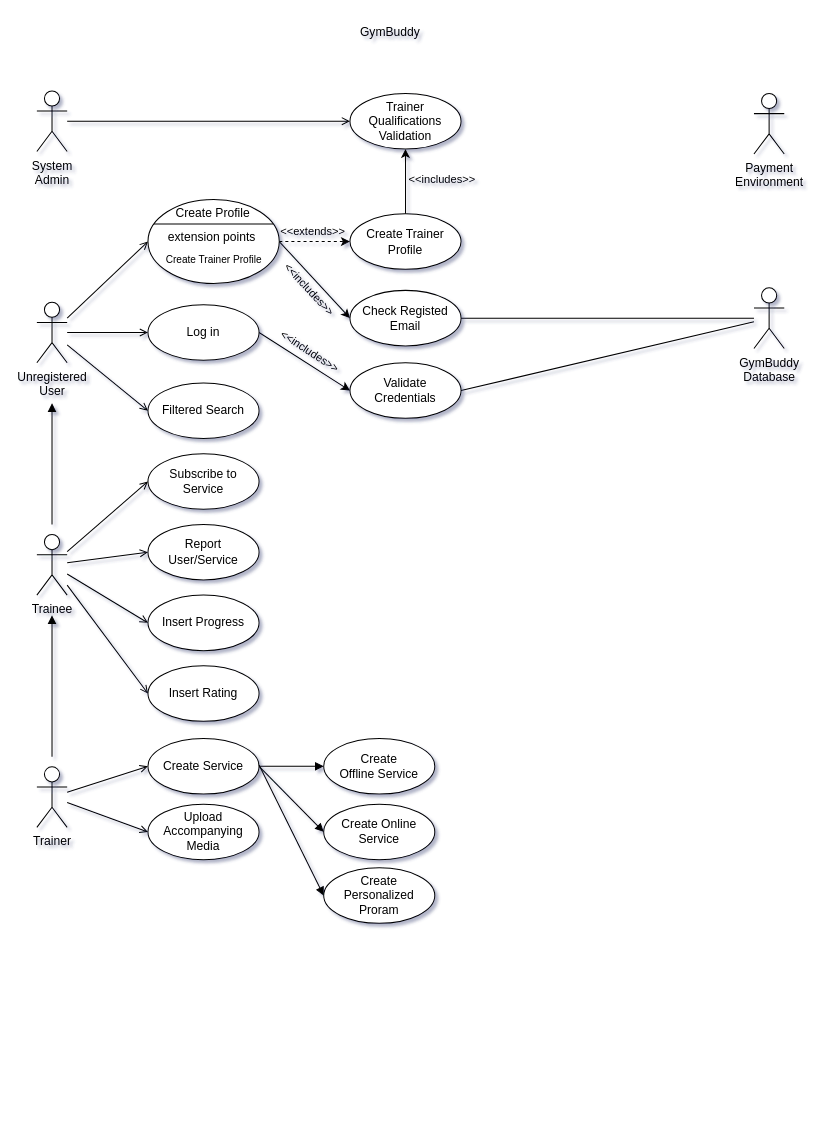
The draw.io diagram documentation/src/use-case-diagram.drawio in thanspil/GymBuddy, before the edit. Source tidied: cells renumbered, new cells numbered last; positions are measured from the earlier drawing's top-left corner, leaving out a move shared by most shapes. Both pictures are drawn from the tidied source at 101%, with x=0, y=0 at pixel (36, 17).
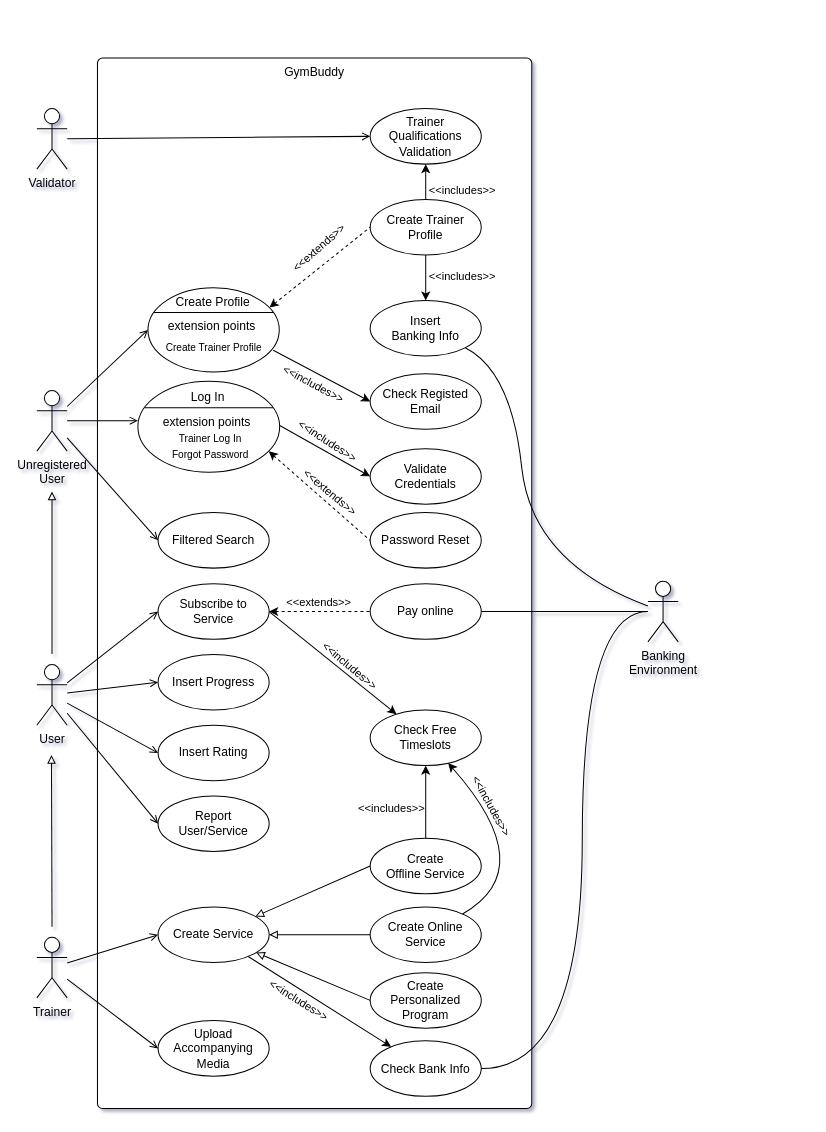
The same diagram, later.

Commit message (it also covers changes not shown here):
re-order use-cases & add use-case diagram

What changed in the source:
```diff
@@
+    <mxCell id="25" value="GymBuddy" style="html=1;align=center;verticalAlign=top;rounded=1;absoluteArcSize=1;arcSize=10;dashed=0;whiteSpace=wrap;" parent="1" vertex="1">
+      <mxGeometry x="60" y="40" width="430" height="1040" as="geometry" />
+    </mxCell>
-    <mxCell id="2" style="edgeStyle=orthogonalEdgeStyle;orthogonalLoop=1;jettySize=auto;html=1;endArrow=block;endFill=1;" parent="1" edge="1">
+    <mxCell id="2" style="orthogonalLoop=1;jettySize=auto;html=1;endArrow=block;endFill=0;" parent="1" edge="1">
       <mxGeometry relative="1" as="geometry">
-        <mxPoint x="15" y="501.7" as="sourcePoint" />
-        <mxPoint x="15" y="381.7" as="targetPoint" />
+        <mxPoint x="15" y="630" as="sourcePoint" />
+        <mxPoint x="15" y="469.2" as="targetPoint" />
       </mxGeometry>
     </mxCell>
-    <mxCell id="3" value="Trainee" style="shape=umlActor;verticalLabelPosition=bottom;verticalAlign=top;html=1;outlineConnect=0;rounded=0;" parent="1" vertex="1">
-      <mxGeometry y="511.7" width="30" height="60" as="geometry" />
+    <mxCell id="3" value="User" style="shape=umlActor;verticalLabelPosition=bottom;verticalAlign=top;html=1;outlineConnect=0;rounded=0;" parent="1" vertex="1">
+      <mxGeometry y="640.5" width="30" height="60" as="geometry" />
     </mxCell>
-    <mxCell id="4" style="edgeStyle=orthogonalEdgeStyle;orthogonalLoop=1;jettySize=auto;html=1;endArrow=block;endFill=1;" parent="1" edge="1">
-      <mxGeometry relative="1" as="geometry">
-        <mxPoint x="15" y="731.7" as="sourcePoint" />
-        <mxPoint x="15" y="591.7" as="targetPoint" />
-      </mxGeometry>
-    </mxCell>
     <mxCell id="5" value="Trainer" style="shape=umlActor;verticalLabelPosition=bottom;verticalAlign=top;html=1;outlineConnect=0;rounded=0;" parent="1" vertex="1">
-      <mxGeometry y="741.7" width="30" height="60" as="geometry" />
+      <mxGeometry y="910.5" width="30" height="60" as="geometry" />
     </mxCell>
@@
     <mxCell id="7" value="Create Service" style="ellipse;whiteSpace=wrap;html=1;rounded=0;" parent="1" vertex="1">
-      <mxGeometry x="110" y="713.7" width="110" height="55" as="geometry" />
+      <mxGeometry x="120" y="880.5" width="110" height="55" as="geometry" />
     </mxCell>
     <mxCell id="8" value="Unregistered&lt;div&gt;User&lt;/div&gt;" style="shape=umlActor;verticalLabelPosition=bottom;verticalAlign=top;html=1;rounded=0;" parent="1" vertex="1">
-      <mxGeometry y="281.7" width="30" height="60" as="geometry" />
+      <mxGeometry y="369.2" width="30" height="60" as="geometry" />
     </mxCell>
-    <mxCell id="9" style="edgeStyle=orthogonalEdgeStyle;jettySize=auto;html=1;exitX=0.5;exitY=0;exitDx=0;exitDy=0;entryX=0.5;entryY=1;entryDx=0;entryDy=0;" parent="1" edge="1" source="11" target="26">
-      <mxGeometry relative="1" as="geometry" />
-    </mxCell>
-    <mxCell id="10" value="&amp;lt;&amp;lt;includes&amp;gt;&amp;gt;" style="edgeLabel;html=1;align=center;verticalAlign=middle;labelBackgroundColor=none;" parent="9" vertex="1">
-      <mxGeometry x="-0.23" relative="1" as="geometry">
-        <mxPoint x="35" y="-10" as="offset" />
-      </mxGeometry>
-    </mxCell>
     <mxCell id="11" value="Create Trainer Profile" style="ellipse;whiteSpace=wrap;html=1;rounded=0;" parent="1" vertex="1">
-      <mxGeometry x="310" y="194.2" width="110" height="55" as="geometry" />
+      <mxGeometry x="330" y="180" width="110" height="55" as="geometry" />
     </mxCell>
     <mxCell id="12" value="Insert Rating" style="ellipse;whiteSpace=wrap;html=1;rounded=0;" parent="1" vertex="1">
-      <mxGeometry x="110" y="641.7" width="110" height="55" as="geometry" />
+      <mxGeometry x="120" y="700.5" width="110" height="55" as="geometry" />
     </mxCell>
     <mxCell id="13" value="Subscribe to Service" style="ellipse;whiteSpace=wrap;html=1;rounded=0;" parent="1" vertex="1">
-      <mxGeometry x="110" y="431.7" width="110" height="55" as="geometry" />
+      <mxGeometry x="120" y="560.5" width="110" height="55" as="geometry" />
     </mxCell>
     <mxCell id="14" value="Insert Progress" style="ellipse;whiteSpace=wrap;html=1;rounded=0;" parent="1" vertex="1">
-      <mxGeometry x="110" y="571.7" width="110" height="55" as="geometry" />
+      <mxGeometry x="120" y="630.5" width="110" height="55" as="geometry" />
     </mxCell>
+    <mxCell id="54" style="rounded=0;jettySize=auto;html=1;exitX=0;exitY=0.5;exitDx=0;exitDy=0;endArrow=block;endFill=0;" parent="1" edge="1" source="15" target="7">
+      <mxGeometry relative="1" as="geometry" />
+    </mxCell>
-    <mxCell id="15" value="Create Personalized Proram" style="ellipse;whiteSpace=wrap;html=1;rounded=0;" parent="1" vertex="1">
-      <mxGeometry x="284" y="841.7" width="110" height="55" as="geometry" />
+    <mxCell id="15" value="Create Personalized Program" style="ellipse;whiteSpace=wrap;html=1;rounded=0;" parent="1" vertex="1">
+      <mxGeometry x="330" y="945.5" width="110" height="55" as="geometry" />
     </mxCell>
     <mxCell id="16" value="Report User/Service" style="ellipse;whiteSpace=wrap;html=1;rounded=0;" parent="1" vertex="1">
-      <mxGeometry x="110" y="501.7" width="110" height="55" as="geometry" />
+      <mxGeometry x="120" y="770.5" width="110" height="55" as="geometry" />
     </mxCell>
     <mxCell id="17" value="Filtered Search" style="ellipse;whiteSpace=wrap;html=1;rounded=0;" parent="1" vertex="1">
-      <mxGeometry x="110" y="361.7" width="110" height="55" as="geometry" />
+      <mxGeometry x="120" y="490" width="110" height="55" as="geometry" />
     </mxCell>
-    <mxCell id="18" style="jettySize=auto;html=1;exitX=1;exitY=0.5;exitDx=0;exitDy=0;entryX=0;entryY=0.5;entryDx=0;entryDy=0;endArrow=block;endFill=1;" parent="1" edge="1" source="7" target="24">
-      <mxGeometry relative="1" as="geometry" />
-    </mxCell>
     <mxCell id="19" value="Upload Accompanying Media" style="ellipse;whiteSpace=wrap;html=1;rounded=0;" parent="1" vertex="1">
-      <mxGeometry x="110" y="778.7" width="110" height="55" as="geometry" />
+      <mxGeometry x="120" y="993" width="110" height="55" as="geometry" />
     </mxCell>
@@
-    <mxCell id="21" style="jettySize=auto;html=1;entryX=0;entryY=0.5;entryDx=0;entryDy=0;dashed=1;exitX=1;exitY=0.5;exitDx=0;exitDy=0;" parent="1" edge="1" source="35" target="11">
+    <mxCell id="21" style="jettySize=auto;html=1;entryX=0;entryY=0.5;entryDx=0;entryDy=0;dashed=1;exitX=0.926;exitY=0.234;exitDx=0;exitDy=0;startArrow=classic;startFill=1;endArrow=none;exitPerimeter=0;" parent="1" edge="1" source="35" target="11">
       <mxGeometry relative="1" as="geometry" />
     </mxCell>
-    <mxCell id="22" value="&amp;lt;&amp;lt;extends&amp;gt;&amp;gt;" style="edgeLabel;html=1;align=center;verticalAlign=middle;labelBackgroundColor=none;" parent="21" vertex="1">
+    <mxCell id="22" value="&amp;lt;&amp;lt;extends&amp;gt;&amp;gt;" style="edgeLabel;html=1;align=center;verticalAlign=middle;labelBackgroundColor=none;rotation=319;" parent="21" vertex="1">
       <mxGeometry x="-0.05" y="-1" relative="1" as="geometry">
-        <mxPoint y="-11" as="offset" />
+        <mxPoint y="-22" as="offset" />
       </mxGeometry>
     </mxCell>
+    <mxCell id="55" style="rounded=0;jettySize=auto;html=1;exitX=0;exitY=0.5;exitDx=0;exitDy=0;endArrow=block;endFill=0;" parent="1" edge="1" source="23" target="7">
+      <mxGeometry relative="1" as="geometry" />
+    </mxCell>
     <mxCell id="23" value="Create Online Service" style="ellipse;whiteSpace=wrap;html=1;rounded=0;" parent="1" vertex="1">
-      <mxGeometry x="284" y="778.7" width="110" height="55" as="geometry" />
+      <mxGeometry x="330" y="880.5" width="110" height="55" as="geometry" />
     </mxCell>
+    <mxCell id="56" style="rounded=0;jettySize=auto;html=1;exitX=0;exitY=0.5;exitDx=0;exitDy=0;endArrow=block;endFill=0;" parent="1" edge="1" source="24" target="7">
+      <mxGeometry relative="1" as="geometry" />
+    </mxCell>
     <mxCell id="24" value="Create Offline&lt;span style=&quot;background-color: transparent; color: light-dark(rgb(0, 0, 0), rgb(255, 255, 255));&quot;&gt;&amp;nbsp;Service&lt;/span&gt;" style="ellipse;whiteSpace=wrap;html=1;rounded=0;" parent="1" vertex="1">
-      <mxGeometry x="284" y="713.7" width="110" height="55" as="geometry" />
+      <mxGeometry x="330" y="812.5" width="110" height="55" as="geometry" />
     </mxCell>
-    <mxCell id="25" value="GymBuddy" style="text;html=1;align=center;verticalAlign=middle;whiteSpace=wrap;rounded=0;" parent="1" vertex="1">
-      <mxGeometry x="320" width="60" height="30" as="geometry" />
-    </mxCell>
     <mxCell id="26" value="Trainer Qualifications Validation" style="ellipse;whiteSpace=wrap;html=1;rounded=0;" parent="1" vertex="1">
-      <mxGeometry x="310" y="75" width="110" height="55" as="geometry" />
+      <mxGeometry x="330" y="90" width="110" height="55" as="geometry" />
     </mxCell>
@@
-    <mxCell id="33" style="jettySize=auto;html=1;exitX=1;exitY=0.5;exitDx=0;exitDy=0;entryX=0;entryY=0.5;entryDx=0;entryDy=0;endArrow=block;endFill=1;" parent="1" edge="1" source="7" target="23">
-      <mxGeometry relative="1" as="geometry" />
-    </mxCell>
-    <mxCell id="34" style="jettySize=auto;html=1;entryX=0;entryY=0.5;entryDx=0;entryDy=0;endArrow=block;endFill=1;" parent="1" edge="1" target="15">
-      <mxGeometry relative="1" as="geometry">
-        <mxPoint x="220" y="740" as="sourcePoint" />
-      </mxGeometry>
-    </mxCell>
     <mxCell id="35" style="shape=ellipse;horizontal=1;html=1;dashed=0;" parent="1" vertex="1">
-      <mxGeometry x="110" y="180" width="130" height="83.3" as="geometry" />
+      <mxGeometry x="110" y="267.5" width="130" height="83.3" as="geometry" />
     </mxCell>
@@
-    <mxCell id="40" value="System&lt;div&gt;Admin&lt;/div&gt;" style="shape=umlActor;verticalLabelPosition=bottom;verticalAlign=top;html=1;rounded=0;" parent="1" vertex="1">
-      <mxGeometry y="72.5" width="30" height="60" as="geometry" />
+    <mxCell id="40" value="Validator" style="shape=umlActor;verticalLabelPosition=bottom;verticalAlign=top;html=1;rounded=0;" parent="1" vertex="1">
+      <mxGeometry y="90" width="30" height="60" as="geometry" />
     </mxCell>
@@
-    <mxCell id="42" style="jettySize=auto;html=1;endArrow=none;endFill=0;startFill=0;startArrow=open;exitX=0;exitY=0.5;exitDx=0;exitDy=0;" parent="1" edge="1" target="8">
+    <mxCell id="42" style="jettySize=auto;html=1;endArrow=none;endFill=0;startFill=0;startArrow=open;" parent="1" edge="1" target="8">
       <mxGeometry relative="1" as="geometry">
-        <mxPoint x="110" y="311.7" as="sourcePoint" />
+        <mxPoint x="100" y="399" as="sourcePoint" />
       </mxGeometry>
     </mxCell>
-    <mxCell id="43" value="Log in" style="ellipse;whiteSpace=wrap;html=1;rounded=0;" parent="1" vertex="1">
-      <mxGeometry x="110" y="284.2" width="110" height="55" as="geometry" />
-    </mxCell>
-    <mxCell id="44" value="Payment&lt;div&gt;Environment&lt;/div&gt;" style="shape=umlActor;verticalLabelPosition=bottom;verticalAlign=top;html=1;rounded=0;" parent="1" vertex="1">
-      <mxGeometry x="710" y="75" width="30" height="60" as="geometry" />
+    <mxCell id="44" value="Banking&lt;br&gt;&lt;div&gt;Environment&lt;/div&gt;" style="shape=umlActor;verticalLabelPosition=bottom;verticalAlign=top;html=1;rounded=0;" parent="1" vertex="1">
+      <mxGeometry x="605" y="558" width="30" height="60" as="geometry" />
     </mxCell>
-    <mxCell id="45" value="GymBuddy&lt;div&gt;Database&lt;/div&gt;" style="shape=umlActor;verticalLabelPosition=bottom;verticalAlign=top;html=1;rounded=0;" parent="1" vertex="1">
-      <mxGeometry x="710" y="267.5" width="30" height="60" as="geometry" />
-    </mxCell>
-    <mxCell id="46" style="jettySize=auto;html=1;exitX=1;exitY=0.5;exitDx=0;exitDy=0;endArrow=none;startFill=0;" parent="1" edge="1" source="47" target="45">
-      <mxGeometry relative="1" as="geometry" />
-    </mxCell>
     <mxCell id="47" value="Check Registed Email" style="ellipse;whiteSpace=wrap;html=1;rounded=0;" parent="1" vertex="1">
-      <mxGeometry x="310" y="270" width="110" height="55" as="geometry" />
+      <mxGeometry x="330" y="352.5" width="110" height="55" as="geometry" />
     </mxCell>
-    <mxCell id="48" style="jettySize=auto;html=1;exitX=1;exitY=0.5;exitDx=0;exitDy=0;entryX=0;entryY=0.5;entryDx=0;entryDy=0;" parent="1" edge="1" source="35" target="47">
+    <mxCell id="48" style="jettySize=auto;html=1;exitX=0.954;exitY=0.741;exitDx=0;exitDy=0;entryX=0;entryY=0.5;entryDx=0;entryDy=0;elbow=vertical;exitPerimeter=0;" parent="1" edge="1" source="35" target="47">
       <mxGeometry relative="1" as="geometry" />
     </mxCell>
-    <mxCell id="49" value="&amp;lt;&amp;lt;includes&amp;gt;&amp;gt;" style="edgeLabel;html=1;align=center;verticalAlign=middle;labelBackgroundColor=none;rotation=47;" parent="48" vertex="1">
+    <mxCell id="49" value="&amp;lt;&amp;lt;includes&amp;gt;&amp;gt;" style="edgeLabel;html=1;align=center;verticalAlign=middle;labelBackgroundColor=none;rotation=28;" parent="48" vertex="1">
       <mxGeometry x="-0.23" relative="1" as="geometry">
-        <mxPoint x="3" y="17" as="offset" />
+        <mxPoint x="3" y="13" as="offset" />
       </mxGeometry>
     </mxCell>
     <mxCell id="50" value="Validate&lt;div&gt;Credentials&lt;/div&gt;" style="ellipse;whiteSpace=wrap;html=1;rounded=0;" parent="1" vertex="1">
-      <mxGeometry x="310" y="341.7" width="110" height="55" as="geometry" />
+      <mxGeometry x="330" y="426.7" width="110" height="55" as="geometry" />
     </mxCell>
-    <mxCell id="51" style="jettySize=auto;html=1;entryX=0;entryY=0.5;entryDx=0;entryDy=0;exitX=1;exitY=0.5;exitDx=0;exitDy=0;" parent="1" edge="1" source="43" target="50">
+    <mxCell id="51" style="jettySize=auto;html=1;entryX=0;entryY=0.5;entryDx=0;entryDy=0;exitX=1;exitY=0.5;exitDx=0;exitDy=0;" parent="1" edge="1" source="60" target="50">
       <mxGeometry relative="1" as="geometry" />
     </mxCell>
@@
-    <mxCell id="53" style="jettySize=auto;html=1;exitX=1;exitY=0.5;exitDx=0;exitDy=0;endArrow=none;startFill=0;" parent="1" edge="1" source="50" target="45">
-      <mxGeometry relative="1" as="geometry" />
-    </mxCell>
+    <mxCell id="57" style="shape=ellipse;horizontal=1;html=1;dashed=0;" parent="1" vertex="1">
+      <mxGeometry x="100" y="360" width="140.4" height="90" as="geometry" />
+    </mxCell>
+    <mxCell id="58" value="Log In" style="html=1;strokeColor=none;fillColor=none;align=center;verticalAlign=middle;whiteSpace=wrap;" parent="57" vertex="1">
+      <mxGeometry x="2.2" y="4.3" width="135" height="22.5" as="geometry" />
+    </mxCell>
+    <mxCell id="59" style="line;strokeWidth=1;fillColor=none;labelPosition=right;dashed=0;" parent="57" vertex="1">
+      <mxGeometry x="6.5" y="22.5" width="127.4" height="7.5" as="geometry" />
+    </mxCell>
+    <mxCell id="60" value="extension points" style="text;html=1;align=center;verticalAlign=middle;fillColor=none;strokeColor=none;whiteSpace=wrap;" parent="57" vertex="1">
+      <mxGeometry x="1.1" y="30" width="135" height="22.5" as="geometry" />
+    </mxCell>
+    <mxCell id="61" value="&lt;font style=&quot;font-size: 10px;&quot;&gt;Trainer Log In&lt;/font&gt;&lt;div&gt;&lt;font style=&quot;font-size: 10px;&quot;&gt;Forgot Password&lt;/font&gt;&lt;/div&gt;" style="text;html=1;align=center;verticalAlign=middle;spacingLeft=25;fillColor=none;strokeColor=none;whiteSpace=wrap;" parent="57" vertex="1">
+      <mxGeometry x="-9.7" y="52.5" width="139.3" height="22.5" as="geometry" />
+    </mxCell>
+    <mxCell id="62" style="jettySize=auto;html=1;entryX=0;entryY=0.5;entryDx=0;entryDy=0;dashed=1;exitX=1;exitY=0.5;exitDx=0;exitDy=0;endArrow=none;startFill=1;startArrow=classic;" parent="1" edge="1" source="13" target="65">
+      <mxGeometry relative="1" as="geometry" />
+    </mxCell>
+    <mxCell id="63" value="&amp;lt;&amp;lt;extends&amp;gt;&amp;gt;" style="edgeLabel;html=1;align=center;verticalAlign=middle;labelBackgroundColor=none;" parent="62" vertex="1">
+      <mxGeometry x="-0.05" y="-1" relative="1" as="geometry">
+        <mxPoint y="-11" as="offset" />
+      </mxGeometry>
+    </mxCell>
+    <mxCell id="64" style="rounded=0;jettySize=auto;html=1;exitX=1;exitY=0.5;exitDx=0;exitDy=0;endArrow=none;startFill=0;" parent="1" edge="1" source="65" target="44">
+      <mxGeometry relative="1" as="geometry" />
+    </mxCell>
+    <mxCell id="65" value="Pay online" style="ellipse;whiteSpace=wrap;html=1;rounded=0;" parent="1" vertex="1">
+      <mxGeometry x="330" y="560.5" width="110" height="55" as="geometry" />
+    </mxCell>
+    <mxCell id="66" value="Check Free Timeslots" style="ellipse;whiteSpace=wrap;html=1;rounded=0;" parent="1" vertex="1">
+      <mxGeometry x="330" y="685.5" width="110" height="55" as="geometry" />
+    </mxCell>
+    <mxCell id="67" style="jettySize=auto;html=1;exitX=1;exitY=0.5;exitDx=0;exitDy=0;" parent="1" edge="1" source="13" target="66">
+      <mxGeometry relative="1" as="geometry" />
+    </mxCell>
+    <mxCell id="68" value="&amp;lt;&amp;lt;includes&amp;gt;&amp;gt;" style="edgeLabel;html=1;align=center;verticalAlign=middle;labelBackgroundColor=none;rotation=40;" parent="67" vertex="1">
+      <mxGeometry x="-0.23" relative="1" as="geometry">
+        <mxPoint x="32" y="14" as="offset" />
+      </mxGeometry>
+    </mxCell>
+    <mxCell id="69" style="jettySize=auto;html=1;rounded=0;curved=1;" parent="1" edge="1" source="23" target="66">
+      <mxGeometry relative="1" as="geometry">
+        <Array as="points">
+          <mxPoint x="500" y="843" />
+        </Array>
+      </mxGeometry>
+    </mxCell>
+    <mxCell id="70" value="&amp;lt;&amp;lt;includes&amp;gt;&amp;gt;" style="edgeLabel;html=1;align=center;verticalAlign=middle;labelBackgroundColor=none;rotation=61;" parent="69" vertex="1">
+      <mxGeometry x="-0.23" relative="1" as="geometry">
+        <mxPoint x="-49" y="-64" as="offset" />
+      </mxGeometry>
+    </mxCell>
+    <mxCell id="71" style="jettySize=auto;html=1;" parent="1" edge="1" source="24" target="66">
+      <mxGeometry relative="1" as="geometry" />
+    </mxCell>
+    <mxCell id="72" value="&amp;lt;&amp;lt;includes&amp;gt;&amp;gt;" style="edgeLabel;html=1;align=center;verticalAlign=middle;labelBackgroundColor=none;rotation=0;" parent="71" vertex="1">
+      <mxGeometry x="-0.23" relative="1" as="geometry">
+        <mxPoint x="-35" y="-2" as="offset" />
+      </mxGeometry>
+    </mxCell>
+    <mxCell id="73" value="Check Bank Info" style="ellipse;whiteSpace=wrap;html=1;rounded=0;" parent="1" vertex="1">
+      <mxGeometry x="330" y="1013" width="110" height="55" as="geometry" />
+    </mxCell>
+    <mxCell id="74" value="Insert&lt;div&gt;Banking Info&lt;/div&gt;" style="ellipse;whiteSpace=wrap;html=1;rounded=0;" parent="1" vertex="1">
+      <mxGeometry x="330" y="280" width="110" height="55" as="geometry" />
+    </mxCell>
+    <mxCell id="75" style="jettySize=auto;html=1;" parent="1" edge="1" source="11" target="74">
+      <mxGeometry relative="1" as="geometry" />
+    </mxCell>
+    <mxCell id="76" value="&amp;lt;&amp;lt;includes&amp;gt;&amp;gt;" style="edgeLabel;html=1;align=center;verticalAlign=middle;labelBackgroundColor=none;rotation=0;" parent="75" vertex="1">
+      <mxGeometry x="-0.23" relative="1" as="geometry">
+        <mxPoint x="35" y="3" as="offset" />
+      </mxGeometry>
+    </mxCell>
+    <mxCell id="77" style="jettySize=auto;html=1;" parent="1" edge="1" source="7" target="73">
+      <mxGeometry relative="1" as="geometry" />
+    </mxCell>
+    <mxCell id="78" value="&amp;lt;&amp;lt;includes&amp;gt;&amp;gt;" style="edgeLabel;html=1;align=center;verticalAlign=middle;labelBackgroundColor=none;rotation=32;" parent="77" vertex="1">
+      <mxGeometry x="-0.23" relative="1" as="geometry">
+        <mxPoint x="-4" y="9" as="offset" />
+      </mxGeometry>
+    </mxCell>
+    <mxCell id="79" style="edgeStyle=orthogonalEdgeStyle;rounded=0;jettySize=auto;html=1;endArrow=none;startFill=0;entryX=1;entryY=0.5;entryDx=0;entryDy=0;curved=1;" parent="1" edge="1" source="44" target="73">
+      <mxGeometry relative="1" as="geometry">
+        <Array as="points">
+          <mxPoint x="540" y="588" />
+          <mxPoint x="540" y="1040" />
+        </Array>
+      </mxGeometry>
+    </mxCell>
+    <mxCell id="9" style="jettySize=auto;html=1;" parent="1" edge="1" source="11" target="26">
+      <mxGeometry relative="1" as="geometry" />
+    </mxCell>
+    <mxCell id="80" value="&amp;lt;&amp;lt;includes&amp;gt;&amp;gt;" style="edgeLabel;html=1;align=center;verticalAlign=middle;labelBackgroundColor=none;rotation=0;" parent="9" vertex="1">
+      <mxGeometry x="-0.23" relative="1" as="geometry">
+        <mxPoint x="35" y="3" as="offset" />
+      </mxGeometry>
+    </mxCell>
+    <mxCell id="81" style="rounded=0;jettySize=auto;html=1;endArrow=none;startFill=0;curved=1;" parent="1" edge="1" source="74" target="44">
+      <mxGeometry relative="1" as="geometry">
+        <Array as="points">
+          <mxPoint x="470" y="350" />
+          <mxPoint x="490" y="540" />
+        </Array>
+      </mxGeometry>
+    </mxCell>
+    <mxCell id="82" value="Password Reset" style="ellipse;whiteSpace=wrap;html=1;rounded=0;" parent="1" vertex="1">
+      <mxGeometry x="330" y="490" width="110" height="55" as="geometry" />
+    </mxCell>
+    <mxCell id="83" style="jettySize=auto;html=1;entryX=0;entryY=0.5;entryDx=0;entryDy=0;dashed=1;exitX=1;exitY=0.75;exitDx=0;exitDy=0;startArrow=classic;startFill=1;endArrow=none;" parent="1" edge="1" source="61" target="82">
+      <mxGeometry relative="1" as="geometry" />
+    </mxCell>
+    <mxCell id="84" value="&amp;lt;&amp;lt;extends&amp;gt;&amp;gt;" style="edgeLabel;html=1;align=center;verticalAlign=middle;labelBackgroundColor=none;rotation=40;" parent="83" vertex="1">
+      <mxGeometry x="-0.05" y="-1" relative="1" as="geometry">
+        <mxPoint x="14" y="-2" as="offset" />
+      </mxGeometry>
+    </mxCell>
+    <mxCell id="85" style="orthogonalLoop=1;jettySize=auto;html=1;endArrow=block;endFill=0;" parent="1" edge="1">
+      <mxGeometry relative="1" as="geometry">
+        <mxPoint x="15" y="900" as="sourcePoint" />
+        <mxPoint x="14.5" y="730" as="targetPoint" />
+      </mxGeometry>
+    </mxCell>
```
